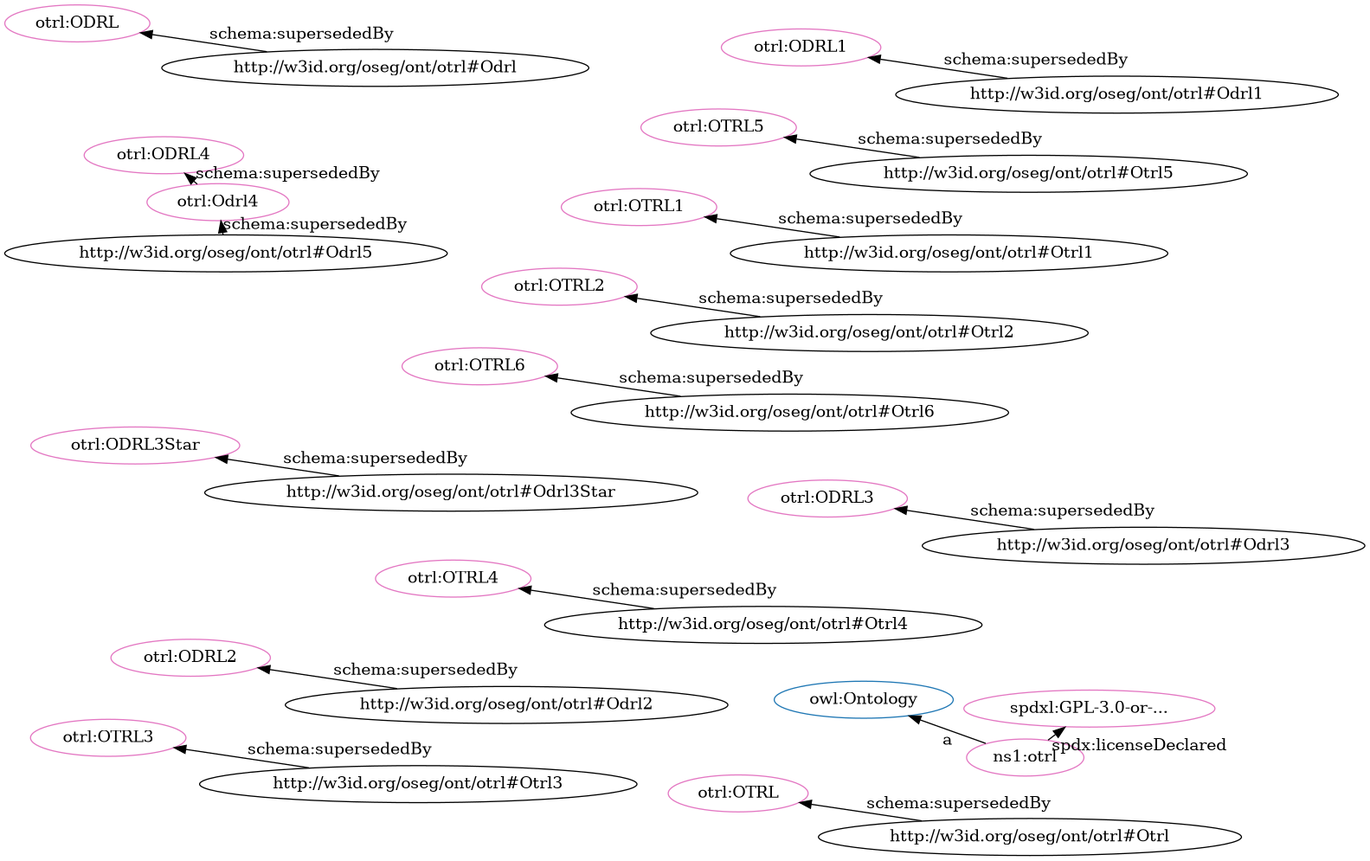
This is src/spec/fdp_otrl_deprecated.png from iop-alliance/OpenKnowHow, a Graphviz export, as it was before one commit. Its source is kept beside it as src/spec/fdp_otrl_deprecated.dot.
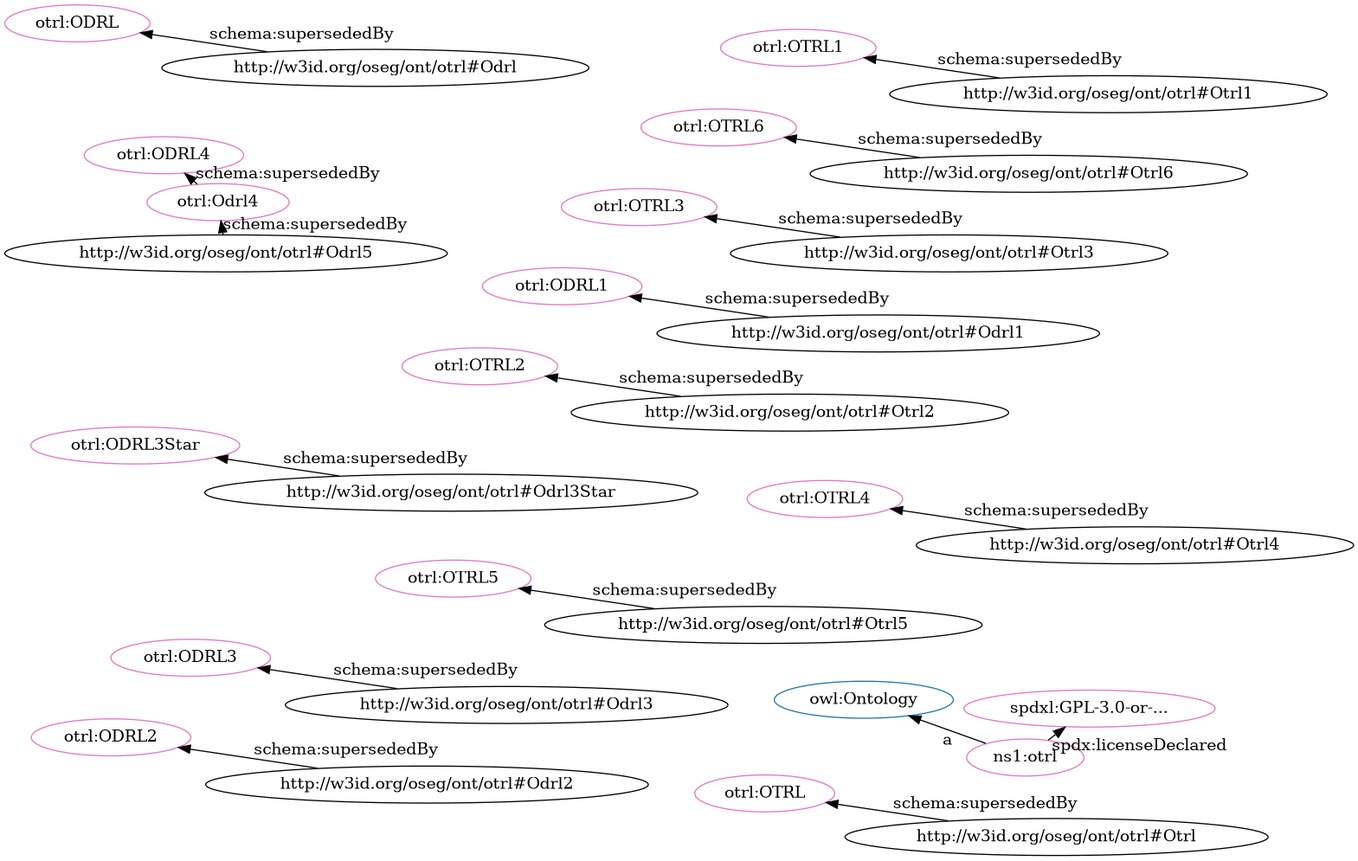
After the commit.

Diff of the diagram source:
```diff
@@ -2,36 +2,36 @@
   rankdir=BT
   node[height=.3]
 "http://www.w3.org/2002/07/owl#Ontology" [fillcolor="#1f77b4" color="#1f77b4" label="owl:Ontology"]
+"http://w3id.org/oseg/ont/otrl#OTRL" [fillcolor="#e377c2" color="#e377c2" label="otrl:OTRL"]
+"http://w3id.org/oseg/ont/otrl#OTRL2" [fillcolor="#e377c2" color="#e377c2" label="otrl:OTRL2"]
+"http://w3id.org/oseg/ont/otrl#ODRL1" [fillcolor="#e377c2" color="#e377c2" label="otrl:ODRL1"]
+"http://w3id.org/oseg/ont/otrl#OTRL5" [fillcolor="#e377c2" color="#e377c2" label="otrl:OTRL5"]
+"http://w3id.org/oseg/ont/otrl#OTRL3" [fillcolor="#e377c2" color="#e377c2" label="otrl:OTRL3"]
+"http://w3id.org/oseg/ont/otrl#ODRL3Star" [fillcolor="#e377c2" color="#e377c2" label="otrl:ODRL3Star"]
+"http://w3id.org/oseg/ont/otrl#OTRL6" [fillcolor="#e377c2" color="#e377c2" label="otrl:OTRL6"]
+"http://w3id.org/oseg/ont/otrl#ODRL3" [fillcolor="#e377c2" color="#e377c2" label="otrl:ODRL3"]
+"http://w3id.org/oseg/ont/otrl#ODRL4" [fillcolor="#e377c2" color="#e377c2" label="otrl:ODRL4"]
+"http://w3id.org/oseg/ont/otrl#OTRL1" [fillcolor="#e377c2" color="#e377c2" label="otrl:OTRL1"]
 "http://spdx.org/licenses/GPL-3.0-or-later" [fillcolor="#e377c2" color="#e377c2" label="spdxl:GPL-3.0-or-..."]
-"http://w3id.org/oseg/ont/otrl#OTRL6" [fillcolor="#e377c2" color="#e377c2" label="otrl:OTRL6"]
-"http://w3id.org/oseg/ont/otrl#ODRL4" [fillcolor="#e377c2" color="#e377c2" label="otrl:ODRL4"]
 "http://w3id.org/oseg/ont/otrl#Odrl4" [fillcolor="#e377c2" color="#e377c2" label="otrl:Odrl4"]
-"http://w3id.org/oseg/ont/otrl#OTRL2" [fillcolor="#e377c2" color="#e377c2" label="otrl:OTRL2"]
+"http://w3id.org/oseg/ont/otrl#ODRL2" [fillcolor="#e377c2" color="#e377c2" label="otrl:ODRL2"]
 "http://w3id.org/oseg/ont/otrl#OTRL4" [fillcolor="#e377c2" color="#e377c2" label="otrl:OTRL4"]
 "http://w3id.org/oseg/ont/otrl#ODRL" [fillcolor="#e377c2" color="#e377c2" label="otrl:ODRL"]
-"http://w3id.org/oseg/ont/otrl#OTRL" [fillcolor="#e377c2" color="#e377c2" label="otrl:OTRL"]
-"http://w3id.org/oseg/ont/otrl#OTRL1" [fillcolor="#e377c2" color="#e377c2" label="otrl:OTRL1"]
 "http://w3id.org/oseg/ont/otrl" [fillcolor="#e377c2" color="#e377c2" label="ns1:otrl"]
-"http://w3id.org/oseg/ont/otrl#ODRL3Star" [fillcolor="#e377c2" color="#e377c2" label="otrl:ODRL3Star"]
-"http://w3id.org/oseg/ont/otrl#OTRL5" [fillcolor="#e377c2" color="#e377c2" label="otrl:OTRL5"]
-"http://w3id.org/oseg/ont/otrl#ODRL2" [fillcolor="#e377c2" color="#e377c2" label="otrl:ODRL2"]
-"http://w3id.org/oseg/ont/otrl#ODRL1" [fillcolor="#e377c2" color="#e377c2" label="otrl:ODRL1"]
-"http://w3id.org/oseg/ont/otrl#OTRL3" [fillcolor="#e377c2" color="#e377c2" label="otrl:OTRL3"]
-"http://w3id.org/oseg/ont/otrl#ODRL3" [fillcolor="#e377c2" color="#e377c2" label="otrl:ODRL3"]
+  "http://w3id.org/oseg/ont/otrl#Otrl" -> "http://w3id.org/oseg/ont/otrl#OTRL" [label="schema:supersededBy"]
+  "http://w3id.org/oseg/ont/otrl#Otrl2" -> "http://w3id.org/oseg/ont/otrl#OTRL2" [label="schema:supersededBy"]
+  "http://w3id.org/oseg/ont/otrl#Odrl1" -> "http://w3id.org/oseg/ont/otrl#ODRL1" [label="schema:supersededBy"]
+  "http://w3id.org/oseg/ont/otrl#Otrl5" -> "http://w3id.org/oseg/ont/otrl#OTRL5" [label="schema:supersededBy"]
+  "http://w3id.org/oseg/ont/otrl#Otrl3" -> "http://w3id.org/oseg/ont/otrl#OTRL3" [label="schema:supersededBy"]
+  "http://w3id.org/oseg/ont/otrl#Otrl6" -> "http://w3id.org/oseg/ont/otrl#OTRL6" [label="schema:supersededBy"]
+  "http://w3id.org/oseg/ont/otrl" -> "http://www.w3.org/2002/07/owl#Ontology" [label="a"]
+  "http://w3id.org/oseg/ont/otrl#Odrl3" -> "http://w3id.org/oseg/ont/otrl#ODRL3" [label="schema:supersededBy"]
+  "http://w3id.org/oseg/ont/otrl#Odrl4" -> "http://w3id.org/oseg/ont/otrl#ODRL4" [label="schema:supersededBy"]
   "http://w3id.org/oseg/ont/otrl" -> "http://spdx.org/licenses/GPL-3.0-or-later" [label="spdx:licenseDeclared"]
-  "http://w3id.org/oseg/ont/otrl#Otrl6" -> "http://w3id.org/oseg/ont/otrl#OTRL6" [label="schema:supersededBy"]
-  "http://w3id.org/oseg/ont/otrl#Otrl2" -> "http://w3id.org/oseg/ont/otrl#OTRL2" [label="schema:supersededBy"]
-  "http://w3id.org/oseg/ont/otrl#Odrl4" -> "http://w3id.org/oseg/ont/otrl#ODRL4" [label="schema:supersededBy"]
   "http://w3id.org/oseg/ont/otrl#Odrl5" -> "http://w3id.org/oseg/ont/otrl#Odrl4" [label="schema:supersededBy"]
+  "http://w3id.org/oseg/ont/otrl#Odrl2" -> "http://w3id.org/oseg/ont/otrl#ODRL2" [label="schema:supersededBy"]
   "http://w3id.org/oseg/ont/otrl#Otrl4" -> "http://w3id.org/oseg/ont/otrl#OTRL4" [label="schema:supersededBy"]
   "http://w3id.org/oseg/ont/otrl#Odrl" -> "http://w3id.org/oseg/ont/otrl#ODRL" [label="schema:supersededBy"]
-  "http://w3id.org/oseg/ont/otrl#Otrl" -> "http://w3id.org/oseg/ont/otrl#OTRL" [label="schema:supersededBy"]
+  "http://w3id.org/oseg/ont/otrl#Odrl3Star" -> "http://w3id.org/oseg/ont/otrl#ODRL3Star" [label="schema:supersededBy"]
   "http://w3id.org/oseg/ont/otrl#Otrl1" -> "http://w3id.org/oseg/ont/otrl#OTRL1" [label="schema:supersededBy"]
-  "http://w3id.org/oseg/ont/otrl" -> "http://www.w3.org/2002/07/owl#Ontology" [label="a"]
-  "http://w3id.org/oseg/ont/otrl#Odrl3Star" -> "http://w3id.org/oseg/ont/otrl#ODRL3Star" [label="schema:supersededBy"]
-  "http://w3id.org/oseg/ont/otrl#Otrl5" -> "http://w3id.org/oseg/ont/otrl#OTRL5" [label="schema:supersededBy"]
-  "http://w3id.org/oseg/ont/otrl#Odrl2" -> "http://w3id.org/oseg/ont/otrl#ODRL2" [label="schema:supersededBy"]
-  "http://w3id.org/oseg/ont/otrl#Odrl1" -> "http://w3id.org/oseg/ont/otrl#ODRL1" [label="schema:supersededBy"]
-  "http://w3id.org/oseg/ont/otrl#Otrl3" -> "http://w3id.org/oseg/ont/otrl#OTRL3" [label="schema:supersededBy"]
-  "http://w3id.org/oseg/ont/otrl#Odrl3" -> "http://w3id.org/oseg/ont/otrl#ODRL3" [label="schema:supersededBy"]
 }
```
